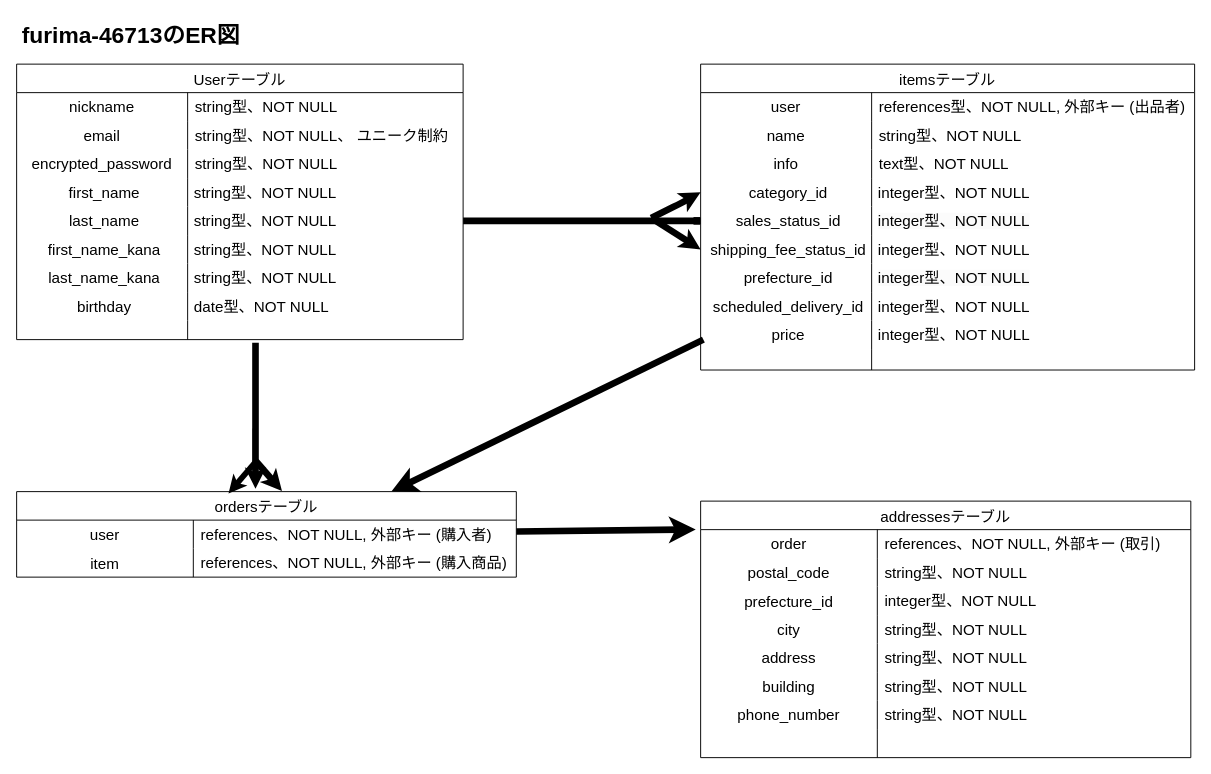
The draw.io diagram furima.dio in Yuyakun0316/furima-46713, before the edit. Source tidied: cells renumbered, new cells numbered last; positions are measured from the earlier drawing's top-left corner, leaving out a move shared by most shapes. Both pictures are drawn from the tidied source at 95%, with x=0, y=0 at pixel (16, 16).
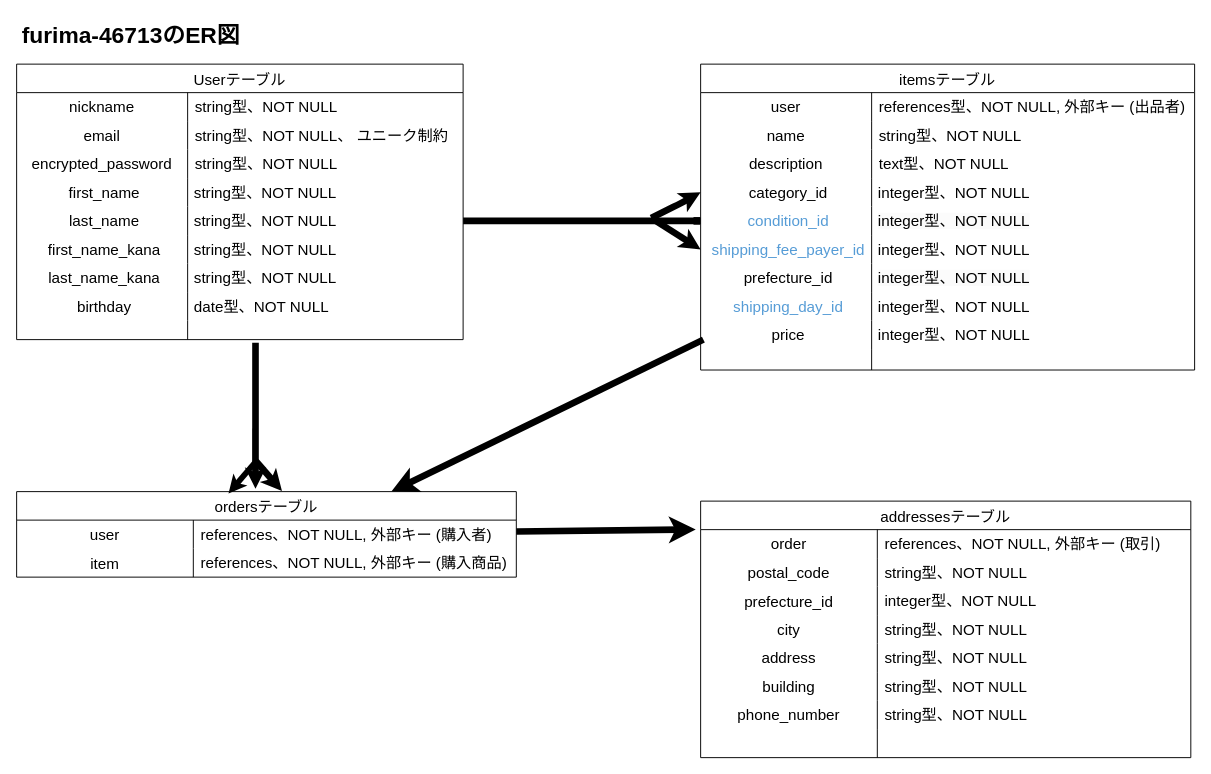
The same diagram, later.

Commit message (it also covers changes not shown here):
カラム名に相違があった為訂正

The change refers to these unchanged cells:
```xml
<mxCell id="38" style="shape=tableRow;horizontal=0;startSize=0;swimlaneHead=0;swimlaneBody=0;top=0;left=0;bottom=0;right=0;fillColor=none;strokeColor=inherit;fontSize=16;" parent="31" vertex="1">
  <mxGeometry y="90" width="520" height="30" as="geometry" />
</mxCell>
<mxCell id="44" style="shape=tableRow;horizontal=0;startSize=0;swimlaneHead=0;swimlaneBody=0;strokeColor=inherit;top=0;left=0;bottom=0;right=0;fillColor=none;points=[[0,0.5],[1,0.5]];portConstraint=eastwest;fontSize=16;" parent="31" vertex="1">
  <mxGeometry y="150" width="520" height="30" as="geometry" />
</mxCell>
<mxCell id="47" style="shape=tableRow;horizontal=0;startSize=0;swimlaneHead=0;swimlaneBody=0;strokeColor=inherit;top=0;left=0;bottom=0;right=0;fillColor=none;points=[[0,0.5],[1,0.5]];portConstraint=eastwest;fontSize=16;" parent="31" vertex="1">
  <mxGeometry y="180" width="520" height="30" as="geometry" />
</mxCell>
<mxCell id="53" style="shape=tableRow;horizontal=0;startSize=0;swimlaneHead=0;swimlaneBody=0;strokeColor=inherit;top=0;left=0;bottom=0;right=0;fillColor=none;fontSize=16;" parent="31" vertex="1">
  <mxGeometry y="240" width="520" height="30" as="geometry" />
</mxCell>
```

Change to the diagram source:
```diff
@@
-    <mxCell id="39" value="info" style="shape=partialRectangle;html=1;whiteSpace=wrap;fillColor=none;top=0;left=0;bottom=0;right=0;overflow=hidden;strokeColor=inherit;fontSize=16;align=center;fontStyle=0;" parent="38" vertex="1">
+    <mxCell id="39" value="&lt;div style=&quot;line-height: 18px; white-space: pre;&quot;&gt;&lt;font style=&quot;color: rgb(0, 0, 0);&quot;&gt;description&lt;/font&gt;&lt;/div&gt;" style="shape=partialRectangle;html=1;whiteSpace=wrap;fillColor=none;top=0;left=0;bottom=0;right=0;overflow=hidden;strokeColor=inherit;fontSize=16;align=center;fontStyle=0;" parent="38" vertex="1">
       <mxGeometry width="180" height="30" as="geometry" />
     </mxCell>
@@
-    <mxCell id="45" value="sales_status_id" style="shape=partialRectangle;html=1;whiteSpace=wrap;strokeColor=inherit;overflow=hidden;fillColor=none;top=0;left=0;bottom=0;right=0;fontSize=16;align=center;spacingLeft=5;fontStyle=0;" parent="44" vertex="1">
+    <mxCell id="45" value="&lt;div style=&quot;color: rgb(204, 204, 204); line-height: 18px; white-space: pre;&quot;&gt;&lt;span style=&quot;color: rgb(86, 156, 214);&quot;&gt;&lt;font face=&quot;Helvetica&quot;&gt;condition_id&lt;/font&gt;&lt;/span&gt;&lt;/div&gt;" style="shape=partialRectangle;html=1;whiteSpace=wrap;strokeColor=inherit;overflow=hidden;fillColor=none;top=0;left=0;bottom=0;right=0;fontSize=16;align=center;spacingLeft=5;fontStyle=0;" parent="44" vertex="1">
       <mxGeometry width="180" height="30" as="geometry" />
     </mxCell>
@@
-    <mxCell id="48" value="shipping_fee_status_id" style="shape=partialRectangle;html=1;whiteSpace=wrap;strokeColor=inherit;overflow=hidden;fillColor=none;top=0;left=0;bottom=0;right=0;fontSize=16;align=center;spacingLeft=5;fontStyle=0;" parent="47" vertex="1">
+    <mxCell id="48" value="&lt;div style=&quot;color: rgb(204, 204, 204); line-height: 18px; white-space: pre;&quot;&gt;&lt;span style=&quot;color: rgb(86, 156, 214);&quot;&gt;&lt;font face=&quot;Helvetica&quot; style=&quot;&quot;&gt;shipping_fee_payer_id&lt;/font&gt;&lt;/span&gt;&lt;/div&gt;" style="shape=partialRectangle;html=1;whiteSpace=wrap;strokeColor=inherit;overflow=hidden;fillColor=none;top=0;left=0;bottom=0;right=0;fontSize=16;align=center;spacingLeft=5;fontStyle=0;" parent="47" vertex="1">
       <mxGeometry width="180" height="30" as="geometry" />
     </mxCell>
@@
-    <mxCell id="54" value="scheduled_delivery_id" style="shape=partialRectangle;html=1;whiteSpace=wrap;strokeColor=inherit;overflow=hidden;fillColor=none;top=0;left=0;bottom=0;right=0;fontSize=16;align=center;spacingLeft=5;fontStyle=0;" parent="53" vertex="1">
+    <mxCell id="54" value="&lt;div style=&quot;color: rgb(204, 204, 204); line-height: 18px; white-space: pre;&quot;&gt;&lt;span style=&quot;color: rgb(86, 156, 214);&quot;&gt;&lt;font face=&quot;Helvetica&quot; style=&quot;&quot;&gt;shipping_day_id&lt;/font&gt;&lt;/span&gt;&lt;/div&gt;" style="shape=partialRectangle;html=1;whiteSpace=wrap;strokeColor=inherit;overflow=hidden;fillColor=none;top=0;left=0;bottom=0;right=0;fontSize=16;align=center;spacingLeft=5;fontStyle=0;" parent="53" vertex="1">
       <mxGeometry width="180" height="30" as="geometry" />
     </mxCell>
```
